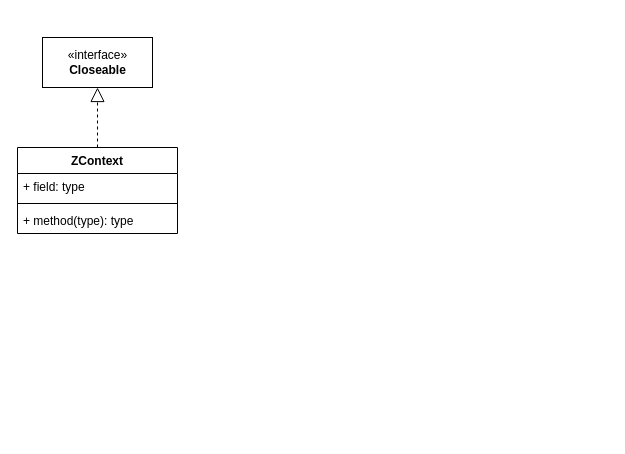
This is zeromq.drawio from tadsimons/draw, a draw.io file, before an edit. Source tidied: cells renumbered, new cells numbered last; positions are measured from the earlier drawing's top-left corner, leaving out a move shared by most shapes. Both pictures are drawn from the tidied source at 100%, with x=0, y=0 at pixel (17, 37).
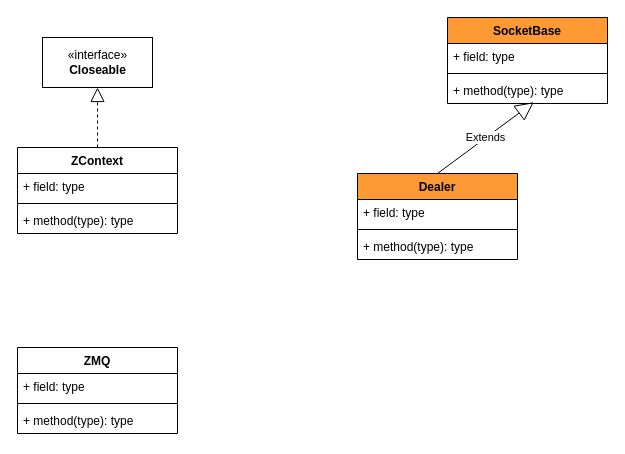
Above is the later version.

The edit, as a diff of the source:
```diff
@@
+    <mxCell id="8" value="SocketBase" style="swimlane;fontStyle=1;align=center;verticalAlign=top;horizontal=1;startSize=26;fillColor=#FF9933;" parent="1" vertex="1">
+      <mxGeometry x="430" y="-20" width="160" height="86" as="geometry" />
+    </mxCell>
+    <mxCell id="9" value="+ field: type" style="text;strokeColor=none;fillColor=none;align=left;verticalAlign=top;spacingLeft=4;spacingRight=4;overflow=hidden;" parent="8" vertex="1">
+      <mxGeometry y="26" width="160" height="26" as="geometry" />
+    </mxCell>
+    <mxCell id="10" style="line;strokeWidth=1;fillColor=none;align=left;verticalAlign=middle;spacingTop=-1;spacingLeft=3;spacingRight=3;labelPosition=right;" parent="8" vertex="1">
+      <mxGeometry y="52" width="160" height="8" as="geometry" />
+    </mxCell>
+    <mxCell id="11" value="+ method(type): type" style="text;strokeColor=none;fillColor=none;align=left;verticalAlign=top;spacingLeft=4;spacingRight=4;overflow=hidden;points=[[0,0.5],[1,0.5]];portConstraint=eastwest;" parent="8" vertex="1">
+      <mxGeometry y="60" width="160" height="26" as="geometry" />
+    </mxCell>
+    <mxCell id="12" value="Dealer" style="swimlane;fontStyle=1;align=center;verticalAlign=top;horizontal=1;startSize=26;fillColor=#FF9933;" parent="1" vertex="1">
+      <mxGeometry x="340" y="136" width="160" height="86" as="geometry" />
+    </mxCell>
+    <mxCell id="13" value="+ field: type" style="text;strokeColor=none;fillColor=none;align=left;verticalAlign=top;spacingLeft=4;spacingRight=4;overflow=hidden;" parent="12" vertex="1">
+      <mxGeometry y="26" width="160" height="26" as="geometry" />
+    </mxCell>
+    <mxCell id="14" style="line;strokeWidth=1;fillColor=none;align=left;verticalAlign=middle;spacingTop=-1;spacingLeft=3;spacingRight=3;labelPosition=right;" parent="12" vertex="1">
+      <mxGeometry y="52" width="160" height="8" as="geometry" />
+    </mxCell>
+    <mxCell id="15" value="+ method(type): type" style="text;strokeColor=none;fillColor=none;align=left;verticalAlign=top;spacingLeft=4;spacingRight=4;overflow=hidden;" parent="12" vertex="1">
+      <mxGeometry y="60" width="160" height="26" as="geometry" />
+    </mxCell>
+    <mxCell id="16" value="Extends" style="endArrow=block;endSize=16;endFill=0;html=1;entryX=0.539;entryY=0.951;entryDx=0;entryDy=0;entryPerimeter=0;exitX=0.5;exitY=0;exitDx=0;exitDy=0;" parent="1" edge="1" source="12" target="11">
+      <mxGeometry relative="1" as="geometry" />
+    </mxCell>
+    <mxCell id="17" value="ZMQ" style="swimlane;fontStyle=1;align=center;verticalAlign=top;horizontal=1;startSize=26;" parent="1" vertex="1">
+      <mxGeometry y="310" width="160" height="86" as="geometry" />
+    </mxCell>
+    <mxCell id="18" value="+ field: type" style="text;strokeColor=none;fillColor=none;align=left;verticalAlign=top;spacingLeft=4;spacingRight=4;overflow=hidden;" parent="17" vertex="1">
+      <mxGeometry y="26" width="160" height="26" as="geometry" />
+    </mxCell>
+    <mxCell id="19" style="line;strokeWidth=1;fillColor=none;align=left;verticalAlign=middle;spacingTop=-1;spacingLeft=3;spacingRight=3;labelPosition=right;" parent="17" vertex="1">
+      <mxGeometry y="52" width="160" height="8" as="geometry" />
+    </mxCell>
+    <mxCell id="20" value="+ method(type): type" style="text;strokeColor=none;fillColor=none;align=left;verticalAlign=top;spacingLeft=4;spacingRight=4;overflow=hidden;" parent="17" vertex="1">
+      <mxGeometry y="60" width="160" height="26" as="geometry" />
+    </mxCell>
```
